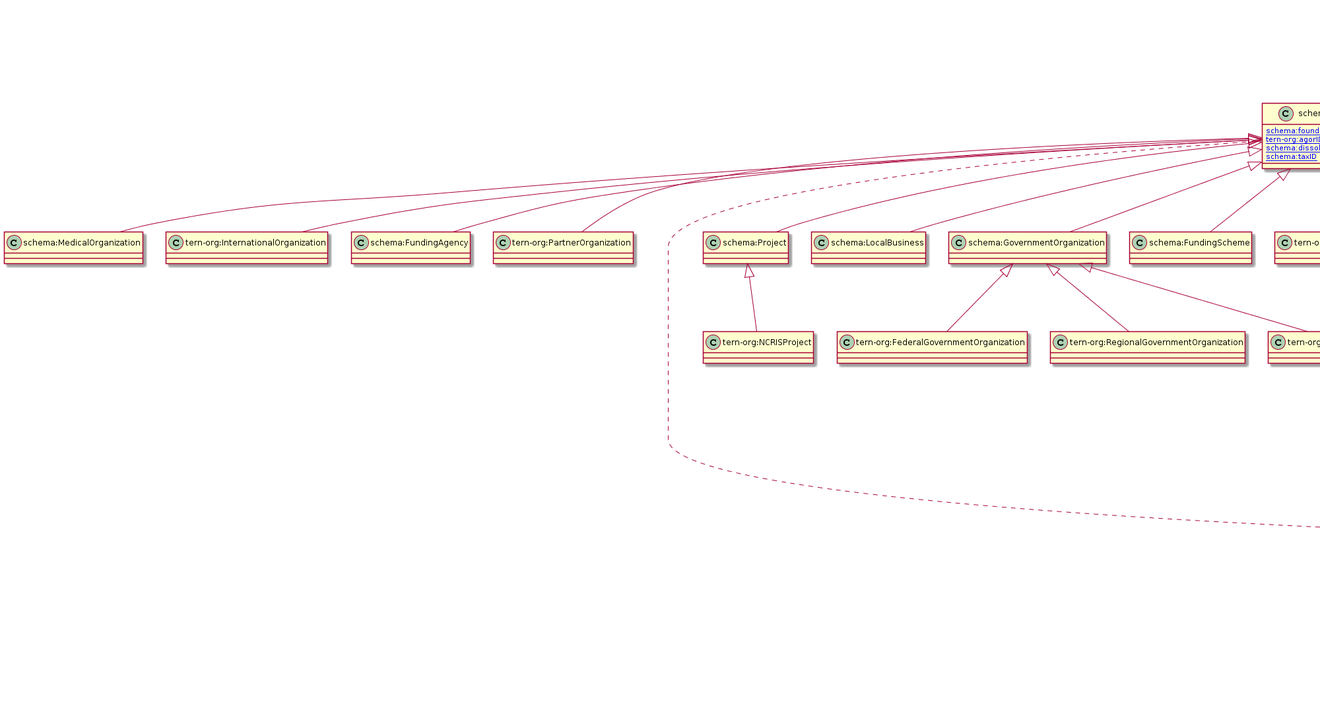
Before: docs/tern-org.ttl.txt.png, a diagram exported from PlantUML (ternaustralia/ontology_tern-org).
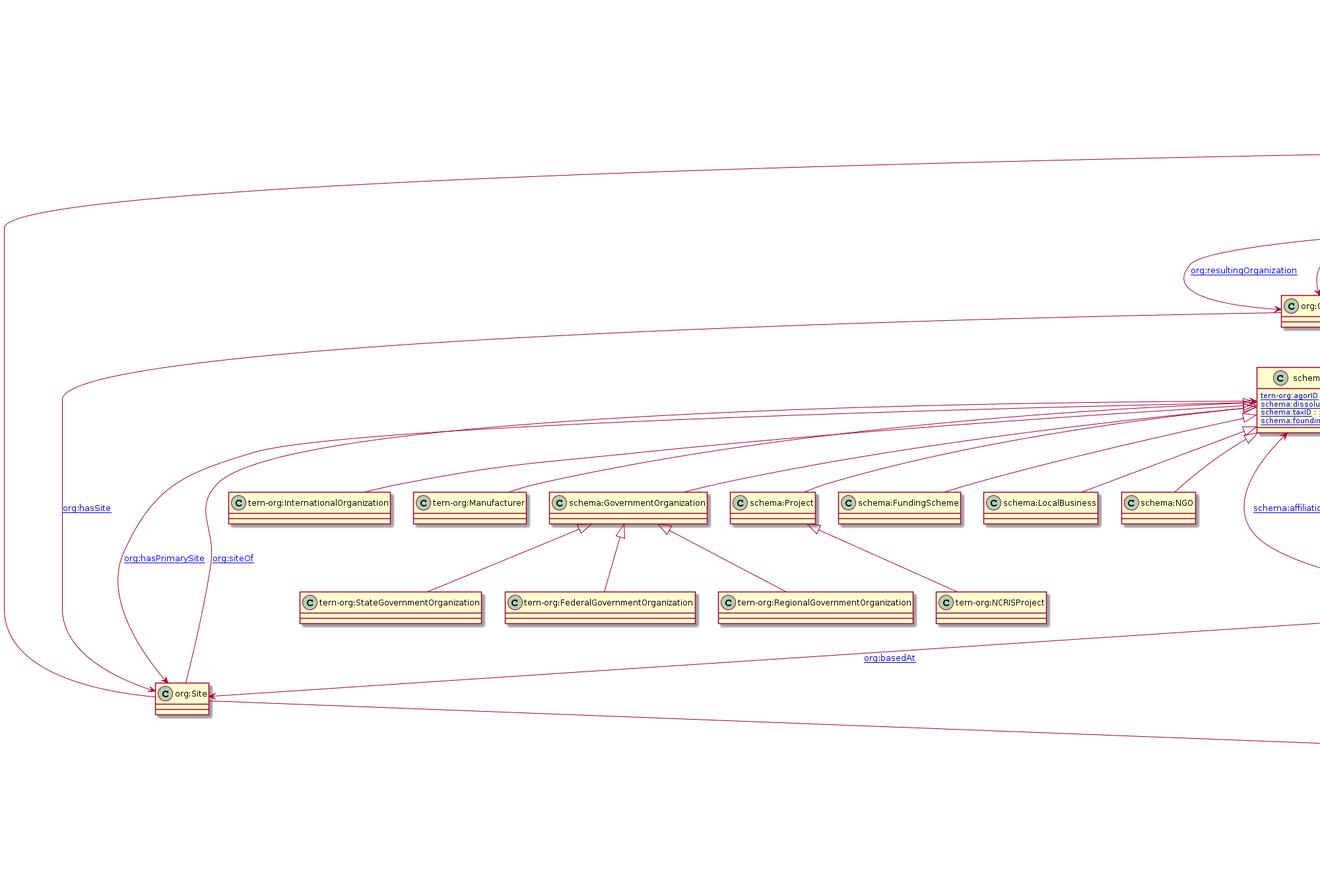
The same file after the commit.

Commit message:
Updated to the new TERN logo

The edit, as a diff of the source:
```diff
@@ -1,65 +1,127 @@
 @startuml
 title TERN Organisations Ontology
+"schema:Organization" <|-- "tern-org:Manufacturer"
+"schema:Organization" <|-- "tern-org:InternationalOrganization"
+"prov:Agent" <|-- "schema:Person"
+"schema:Organization" <|-- "schema:FundingScheme"
+"schema:Role" <|-- "tern-org:DroneOperator"
+"schema:Organization" <|-- "schema:LocalBusiness"
+"prov:Agent" <|-- "schema:Organization"
+"schema:Organization" <|-- "schema:NGO"
+"schema:GovernmentOrganization" <|-- "tern-org:FederalGovernmentOrganization"
+"schema:Thing" <|-- "org:Site"
+"schema:Role" <|-- "tern-org:LandOwnerRole"
+"schema:Thing" <|-- "schema:PostalAddress"
+"schema:Thing" <|-- "org:ChangeEvent"
 "schema:Organization" <|-- "tern-org:PartnerOrganization"
+"schema:GovernmentOrganization" <|-- "tern-org:RegionalGovernmentOrganization"
+"schema:Organization" <|-- "schema:Corporation"
+"schema:Thing" <|-- "schema:OwnershipInfo"
+"schema:Role" <|-- "tern-org:FundingOrganizationRole"
+"schema:GovernmentOrganization" <|-- "tern-org:StateGovernmentOrganization"
+"schema:Organization" <|-- "schema:EducationalOrganization"
+"schema:Project" <|-- "tern-org:NCRISProject"
 "schema:Organization" <|-- "schema:GovernmentOrganization"
+"schema:Organization" <|-- "schema:MedicalOrganization"
+"schema:Role" <|-- "tern-org:TechnicianRole"
+"schema:Role" <|-- "tern-org:ProjectManagerRole"
+"schema:Role" <|-- "tern-org:PrincipalInvestigatorRole"
+"schema:Thing" <|-- "schema:Role"
+"schema:Role" <|-- "tern-org:CollaborativeInvestigatorRole"
+"schema:Role" <|-- "tern-org:DataManagerRole"
+"owl:Thing" <|-- "schema:Thing"
 "schema:Organization" <|-- "schema:Consortium"
-"schema:Organization" <|-- "schema:Corporation"
-"schema:Organization" <|-- "schema:MedicalOrganization"
-"schema:Thing" <|-- "schema:OwnershipInfo"
-"schema:Role" <|-- "tern-org:CollaboratorOrganizationRole"
-"schema:Organization" <|-- "tern-org:InternationalOrganization"
-"schema:Role" <|-- "tern-org:LandOwnerRole"
-"schema:Role" <|-- "tern-org:FundingOrganizationRole"
-"schema:Role" <|-- "tern-org:DataManagerRole"
+"schema:Thing" <|-- "schema:Event"
 "schema:Organization" <|-- "schema:FundingAgency"
 "schema:Thing" <|-- "prov:Agent"
-"schema:Thing" <|-- "schema:Role"
-"schema:Thing" <|-- "schema:Event"
-"schema:Thing" <|-- "schema:PostalAddress"
-"schema:GovernmentOrganization" <|-- "tern-org:FederalGovernmentOrganization"
-"prov:Agent" <|-- "schema:Person"
-"owl:Thing" <|-- "schema:Thing"
-"schema:Role" <|-- "tern-org:ProjectManagerRole"
-"schema:Role" <|-- "tern-org:CollaborativeInvestigatorRole"
-"prov:Agent" <|-- "schema:Organization"
-"schema:Organization" <|-- "schema:LocalBusiness"
+"schema:Thing" <|-- "schema:Product"
 "schema:Organization" <|-- "schema:Project"
-"schema:Organization" <|-- "schema:FundingScheme"
-"schema:Role" <|-- "tern-org:PrincipalInvestigatorRole"
-"schema:Organization" <|-- "tern-org:Manufacturer"
-"schema:Organization" <|-- "schema:NGO"
-"schema:Thing" <|-- "schema:Product"
-"schema:GovernmentOrganization" <|-- "tern-org:RegionalGovernmentOrganization"
-"schema:Organization" <|-- "schema:EducationalOrganization"
-"schema:GovernmentOrganization" <|-- "tern-org:StateGovernmentOrganization"
-"schema:Thing" <|-- "org:Site"
-"schema:Role" <|-- "tern-org:DroneOperator"
-"schema:Project" <|-- "tern-org:NCRISProject"
-"schema:Role" <|-- "tern-org:TechnicianRole"
-"schema:Thing" <|-- "org:ChangeEvent"
+"schema:Role" <|-- "tern-org:CollaboratorOrganizationRole"
+Class "tern-org:Manufacturer" [[https://w3id.org/tern/ontologies/org/Manufacturer]] {
+}
+Class "tern-org:InternationalOrganization" [[https://w3id.org/tern/ontologies/org/InternationalOrganization]] {
+}
+Class "schema:Person" [[http://schema.org/Person]] {
+[[http://schema.org/honorificPrefix schema:honorificPrefix]] : [[http://www.w3.org/2001/XMLSchema#string xsd:string]]
+[[http://schema.org/jobTitle schema:jobTitle]] : [[http://www.w3.org/2001/XMLSchema#string xsd:string]]
+}
+Class "schema:FundingScheme" [[http://schema.org/FundingScheme]] {
+}
+Class "tern-org:DroneOperator" [[https://w3id.org/tern/ontologies/org/DroneOperator]] {
+}
+Class "schema:LocalBusiness" [[http://schema.org/LocalBusiness]] {
+}
+Class "schema:Organization" [[http://schema.org/Organization]] {
+[[https://w3id.org/tern/ontologies/org/agorID tern-org:agorID]] : [[http://www.w3.org/2001/XMLSchema#string xsd:string]]
+[[http://schema.org/dissolutionDate schema:dissolutionDate]] : [[http://www.w3.org/2001/XMLSchema#date xsd:date]]
+[[http://schema.org/taxID schema:taxID]] : [[http://www.w3.org/2001/XMLSchema#string xsd:string]]
+[[http://schema.org/foundingDate schema:foundingDate]] : [[http://www.w3.org/2001/XMLSchema#date xsd:date]]
+}
+Class "schema:NGO" [[http://schema.org/NGO]] {
+}
+Class "tern-org:FederalGovernmentOrganization" [[https://w3id.org/tern/ontologies/org/FederalGovernmentOrganization]] {
+}
+Class "org:Site" [[http://www.w3.org/ns/org#Site]] {
+}
+Class "tern-org:LandOwnerRole" [[https://w3id.org/tern/ontologies/org/LandOwnerRole]] {
+}
+Class "schema:PostalAddress" [[http://schema.org/PostalAddress]] {
+[[http://schema.org/postalCode schema:postalCode]] : [[http://www.w3.org/2001/XMLSchema#positiveInteger xsd:positiveInteger]]
+[[http://schema.org/postOfficeBoxNumber schema:postOfficeBoxNumber]] : [[http://www.w3.org/2001/XMLSchema#string xsd:string]]
+[[https://w3id.org/tern/ontologies/org/addressLine2 tern-org:addressLine2]] : [[http://www.w3.org/2001/XMLSchema#string xsd:string]]
+[[https://w3id.org/tern/ontologies/org/addressLine1 tern-org:addressLine1]] : [[http://www.w3.org/2001/XMLSchema#string xsd:string]]
+[[http://schema.org/streetAddress schema:streetAddress]] : [[http://www.w3.org/2001/XMLSchema#string xsd:string]]
+[[https://w3id.org/tern/ontologies/org/fullAddressLine tern-org:fullAddressLine]] : [[http://www.w3.org/2001/XMLSchema#string xsd:string]]
+[[http://schema.org/addressRegion schema:addressRegion]] : [[http://www.w3.org/2001/XMLSchema#string xsd:string]]
+[[http://schema.org/addressLocality schema:addressLocality]] : [[http://www.w3.org/2001/XMLSchema#string xsd:string]]
+[[http://schema.org/addressCountry schema:addressCountry]] : [[http://www.w3.org/2001/XMLSchema#string xsd:string]]
+}
+Class "org:ChangeEvent" [[http://www.w3.org/ns/org#ChangeEvent]] {
+}
 Class "tern-org:PartnerOrganization" [[https://w3id.org/tern/ontologies/org/PartnerOrganization]] {
+}
+Class "tern-org:RegionalGovernmentOrganization" [[https://w3id.org/tern/ontologies/org/RegionalGovernmentOrganization]] {
+}
+Class "schema:Corporation" [[http://schema.org/Corporation]] {
+}
+Class "schema:OwnershipInfo" [[http://schema.org/OwnershipInfo]] {
+[[http://schema.org/ownedThrough schema:ownedThrough]] : [[http://www.w3.org/2001/XMLSchema#date xsd:date]]
+[[http://schema.org/ownedFrom schema:ownedFrom]] : [[http://www.w3.org/2001/XMLSchema#date xsd:date]]
+}
+Class "tern-org:FundingOrganizationRole" [[https://w3id.org/tern/ontologies/org/FundingOrganizationRole]] {
+}
+Class "tern-org:StateGovernmentOrganization" [[https://w3id.org/tern/ontologies/org/StateGovernmentOrganization]] {
+}
+Class "schema:EducationalOrganization" [[http://schema.org/EducationalOrganization]] {
+}
+Class "tern-org:NCRISProject" [[https://w3id.org/tern/ontologies/org/NCRISProject]] {
 }
 Class "schema:GovernmentOrganization" [[http://schema.org/GovernmentOrganization]] {
 }
+Class "schema:MedicalOrganization" [[http://schema.org/MedicalOrganization]] {
+}
+Class "tern-org:TechnicianRole" [[https://w3id.org/tern/ontologies/org/TechnicianRole]] {
+}
+Class "tern-org:ProjectManagerRole" [[https://w3id.org/tern/ontologies/org/ProjectManagerRole]] {
+}
+Class "tern-org:PrincipalInvestigatorRole" [[https://w3id.org/tern/ontologies/org/PrincipalInvestigatorRole]] {
+}
+Class "schema:Role" [[http://schema.org/Role]] {
+}
+Class "tern-org:CollaborativeInvestigatorRole" [[https://w3id.org/tern/ontologies/org/CollaborativeInvestigatorRole]] {
+}
+Class "tern-org:DataManagerRole" [[https://w3id.org/tern/ontologies/org/DataManagerRole]] {
+}
+Class "schema:Thing" [[http://schema.org/Thing]] {
+[[http://schema.org/name schema:name]] : [[http://www.w3.org/2001/XMLSchema#string xsd:string]]
+[[http://schema.org/image schema:image]] : [[http://www.w3.org/2001/XMLSchema#anyURI xsd:anyURI]]
+[[http://schema.org/description schema:description]] : [[http://www.w3.org/2001/XMLSchema#string xsd:string]]
+[[http://schema.org/identifier schema:identifier]] : [[http://www.w3.org/2001/XMLSchema#string xsd:string]]
+[[http://schema.org/alternateName schema:alternateName]] : [[http://www.w3.org/2001/XMLSchema#string xsd:string]]
+}
 Class "schema:Consortium" [[http://schema.org/Consortium]] {
 }
-Class "schema:Corporation" [[http://schema.org/Corporation]] {
-}
-Class "schema:MedicalOrganization" [[http://schema.org/MedicalOrganization]] {
-}
-Class "schema:OwnershipInfo" [[http://schema.org/OwnershipInfo]] {
-[[http://schema.org/ownedFrom schema:ownedFrom]] : [[http://www.w3.org/2001/XMLSchema#date xsd:date]]
-[[http://schema.org/ownedThrough schema:ownedThrough]] : [[http://www.w3.org/2001/XMLSchema#date xsd:date]]
-}
-Class "tern-org:CollaboratorOrganizationRole" [[https://w3id.org/tern/ontologies/org/CollaboratorOrganizationRole]] {
-}
-Class "tern-org:InternationalOrganization" [[https://w3id.org/tern/ontologies/org/InternationalOrganization]] {
-}
-Class "tern-org:LandOwnerRole" [[https://w3id.org/tern/ontologies/org/LandOwnerRole]] {
-}
-Class "tern-org:FundingOrganizationRole" [[https://w3id.org/tern/ontologies/org/FundingOrganizationRole]] {
-}
-Class "tern-org:DataManagerRole" [[https://w3id.org/tern/ontologies/org/DataManagerRole]] {
+Class "schema:Event" [[http://schema.org/Event]] {
 }
 Class "schema:FundingAgency" [[http://schema.org/FundingAgency]] {
 }
@@ -67,96 +129,34 @@
 [[http://schema.org/telephone schema:telephone]] : [[http://www.w3.org/2001/XMLSchema#string xsd:string]]
 [[http://schema.org/email schema:email]] : [[http://www.w3.org/2001/XMLSchema#string xsd:string]]
 }
-Class "schema:Role" [[http://schema.org/Role]] {
-}
-Class "schema:Event" [[http://schema.org/Event]] {
-}
-Class "schema:PostalAddress" [[http://schema.org/PostalAddress]] {
-[[https://w3id.org/tern/ontologies/org/addressLine2 tern-org:addressLine2]] : [[http://www.w3.org/2001/XMLSchema#string xsd:string]]
-[[https://w3id.org/tern/ontologies/org/addressLine1 tern-org:addressLine1]] : [[http://www.w3.org/2001/XMLSchema#string xsd:string]]
-[[https://w3id.org/tern/ontologies/org/fullAddressLine tern-org:fullAddressLine]] : [[http://www.w3.org/2001/XMLSchema#string xsd:string]]
-[[http://schema.org/addressLocality schema:addressLocality]] : [[http://www.w3.org/2001/XMLSchema#string xsd:string]]
-[[http://schema.org/postOfficeBoxNumber schema:postOfficeBoxNumber]] : [[http://www.w3.org/2001/XMLSchema#string xsd:string]]
-[[http://schema.org/streetAddress schema:streetAddress]] : [[http://www.w3.org/2001/XMLSchema#string xsd:string]]
-[[http://schema.org/addressCountry schema:addressCountry]] : [[http://www.w3.org/2001/XMLSchema#string xsd:string]]
-[[http://schema.org/addressRegion schema:addressRegion]] : [[http://www.w3.org/2001/XMLSchema#string xsd:string]]
-[[http://schema.org/postalCode schema:postalCode]] : [[http://www.w3.org/2001/XMLSchema#positiveInteger xsd:positiveInteger]]
-}
-Class "tern-org:FederalGovernmentOrganization" [[https://w3id.org/tern/ontologies/org/FederalGovernmentOrganization]] {
-}
-Class "schema:Person" [[http://schema.org/Person]] {
-[[http://schema.org/honorificPrefix schema:honorificPrefix]] : [[http://www.w3.org/2001/XMLSchema#string xsd:string]]
-[[http://schema.org/jobTitle schema:jobTitle]] : [[http://www.w3.org/2001/XMLSchema#string xsd:string]]
-}
-Class "schema:Thing" [[http://schema.org/Thing]] {
-[[http://schema.org/description schema:description]] : [[http://www.w3.org/2001/XMLSchema#string xsd:string]]
-[[http://schema.org/image schema:image]] : [[http://www.w3.org/2001/XMLSchema#anyURI xsd:anyURI]]
-[[http://schema.org/identifier schema:identifier]] : [[http://www.w3.org/2001/XMLSchema#string xsd:string]]
-[[http://schema.org/alternateName schema:alternateName]] : [[http://www.w3.org/2001/XMLSchema#string xsd:string]]
-[[http://schema.org/name schema:name]] : [[http://www.w3.org/2001/XMLSchema#string xsd:string]]
-}
-Class "tern-org:ProjectManagerRole" [[https://w3id.org/tern/ontologies/org/ProjectManagerRole]] {
-}
-Class "tern-org:CollaborativeInvestigatorRole" [[https://w3id.org/tern/ontologies/org/CollaborativeInvestigatorRole]] {
-}
-Class "schema:Organization" [[http://schema.org/Organization]] {
-[[http://schema.org/foundingDate schema:foundingDate]] : [[http://www.w3.org/2001/XMLSchema#date xsd:date]]
-[[https://w3id.org/tern/ontologies/org/agorID tern-org:agorID]] : [[http://www.w3.org/2001/XMLSchema#string xsd:string]]
-[[http://schema.org/dissolutionDate schema:dissolutionDate]] : [[http://www.w3.org/2001/XMLSchema#date xsd:date]]
-[[http://schema.org/taxID schema:taxID]] : [[http://www.w3.org/2001/XMLSchema#string xsd:string]]
-}
-Class "schema:LocalBusiness" [[http://schema.org/LocalBusiness]] {
+Class "schema:Product" [[http://schema.org/Product]] {
 }
 Class "schema:Project" [[http://schema.org/Project]] {
 }
-Class "schema:FundingScheme" [[http://schema.org/FundingScheme]] {
-}
-Class "tern-org:PrincipalInvestigatorRole" [[https://w3id.org/tern/ontologies/org/PrincipalInvestigatorRole]] {
-}
-Class "tern-org:Manufacturer" [[https://w3id.org/tern/ontologies/org/Manufacturer]] {
-}
-Class "schema:NGO" [[http://schema.org/NGO]] {
-}
-Class "schema:Product" [[http://schema.org/Product]] {
-}
-Class "tern-org:RegionalGovernmentOrganization" [[https://w3id.org/tern/ontologies/org/RegionalGovernmentOrganization]] {
-}
-Class "schema:EducationalOrganization" [[http://schema.org/EducationalOrganization]] {
-}
-Class "tern-org:StateGovernmentOrganization" [[https://w3id.org/tern/ontologies/org/StateGovernmentOrganization]] {
-}
-Class "org:Site" [[http://www.w3.org/ns/org#Site]] {
-}
-Class "tern-org:DroneOperator" [[https://w3id.org/tern/ontologies/org/DroneOperator]] {
-}
-Class "tern-org:NCRISProject" [[https://w3id.org/tern/ontologies/org/NCRISProject]] {
-}
-Class "tern-org:TechnicianRole" [[https://w3id.org/tern/ontologies/org/TechnicianRole]] {
-}
-Class "org:ChangeEvent" [[http://www.w3.org/ns/org#ChangeEvent]] {
+Class "tern-org:CollaboratorOrganizationRole" [[https://w3id.org/tern/ontologies/org/CollaboratorOrganizationRole]] {
 }
 "schema:OwnershipInfo" --> "schema:Product" : "[[http://schema.org/typeOfGood schema:typeOfGood]]"
+"prov:Agent" --> "prov:Agent" : "[[http://schema.org/funder schema:funder]]"
+"prov:Agent" --> "prov:Agent" : "[[http://schema.org/sponsor schema:sponsor]]"
+"org:Organization" --> "org:ChangeEvent" : "[[http://www.w3.org/ns/org#resultedFrom org:resultedFrom]]"
+"org:Organization" --> "org:Site" : "[[http://www.w3.org/ns/org#hasSite org:hasSite]]"
+"org:Organization" --> "org:ChangeEvent" : "[[http://www.w3.org/ns/org#changedBy org:changedBy]]"
+"org:Site" --> "schema:Organization" : "[[http://www.w3.org/ns/org#siteOf org:siteOf]]"
+"schema:Organization" --> "org:Site" : "[[http://www.w3.org/ns/org#hasPrimarySite org:hasPrimarySite]]"
+"org:ChangeEvent" --> "org:Organization" : "[[http://www.w3.org/ns/org#resultingOrganization org:resultingOrganization]]"
 "prov:Agent" --> "schema:OwnershipInfo" : "[[http://schema.org/owns schema:owns]]"
-"org:Organization" --> "org:ChangeEvent" : "[[http://www.w3.org/ns/org#changedBy org:changedBy]]"
-"org:Site" --> "schema:PostalAddress" : "[[http://www.w3.org/ns/org#siteAddress org:siteAddress]]"
-"prov:Agent" --> "prov:Agent" : "[[http://schema.org/sponsor schema:sponsor]]"
 "schema:Organization" --> "schema:Organization" : "[[http://schema.org/subOrganization schema:subOrganization]]"
 "prov:Agent" --> "schema:Organization" : "[[http://schema.org/memberOf schema:memberOf]]"
-"org:ChangeEvent" --> "org:Organization" : "[[http://www.w3.org/ns/org#resultingOrganization org:resultingOrganization]]"
-"prov:Agent" --> "prov:Agent" : "[[http://schema.org/funder schema:funder]]"
-"org:Site" --> "org:Organization" : "[[http://www.w3.org/ns/org#siteOf org:siteOf]]"
 "schema:Organization" --> "schema:Organization" : "[[http://schema.org/parentOrganization schema:parentOrganization]]"
-"org:Organization" --> "org:ChangeEvent" : "[[http://www.w3.org/ns/org#resultedFrom org:resultedFrom]]"
+"schema:Person" --> "org:Site" : "[[http://www.w3.org/ns/org#basedAt org:basedAt]]"
+"schema:OwnershipInfo" --> "schema:Organization" : "[[http://schema.org/acquiredFrom schema:acquiredFrom]]"
+"schema:Person" --> "schema:Organization" : "[[http://schema.org/affiliation schema:affiliation]]"
+"org:Site" --> "schema:PostalAddress" : "[[http://www.w3.org/ns/org#siteAddress org:siteAddress]]"
 "schema:Organization" --> "prov:Agent" : "[[http://schema.org/member schema:member]]"
-"schema:OwnershipInfo" --> "schema:Organization" : "[[http://schema.org/acquiredFrom schema:acquiredFrom]]"
-"schema:Person" --> "org:Site" : "[[http://www.w3.org/ns/org#basedAt org:basedAt]]"
-"schema:Person" --> "schema:Organization" : "[[http://schema.org/affiliation schema:affiliation]]"
 "org:ChangeEvent" --> "org:Organization" : "[[http://www.w3.org/ns/org#originalOrganization org:originalOrganization]]"
-"org:Organization" --> "org:Site" : "[[http://www.w3.org/ns/org#hasPrimarySite org:hasPrimarySite]]"
-"org:Organization" --> "org:Site" : "[[http://www.w3.org/ns/org#hasSite org:hasSite]]"
-"foaf:Agent" .. "prov:Agent"
 "foaf:Person" .. "schema:Person"
 "org:Organization" .. "schema:Organization"
+"foaf:Agent" .. "prov:Agent"
 header
 Creator: Edmond Chuc (e.chuc@uq.edu.au)
 endheader
```
